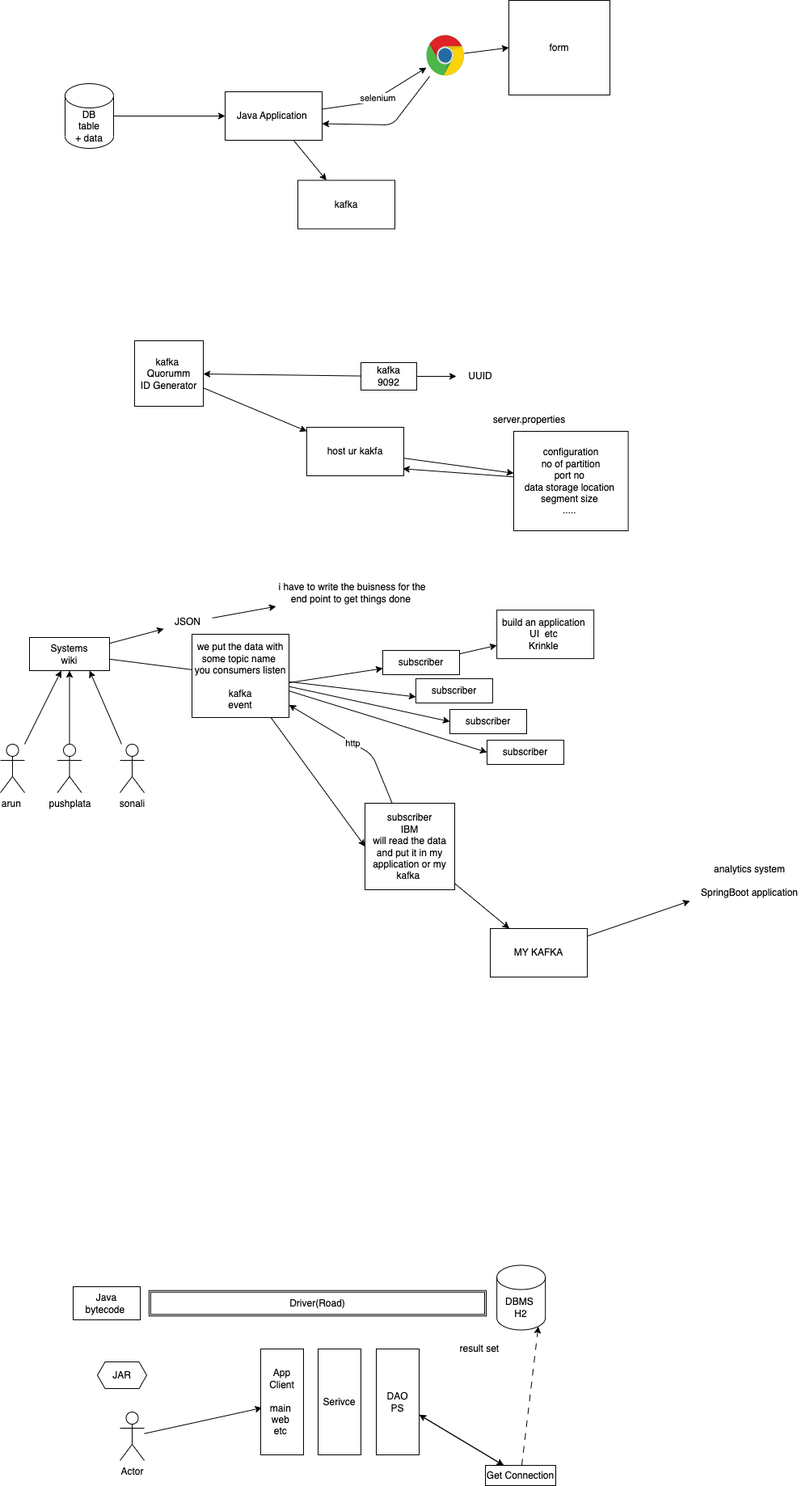
Above: images/day-3.drawio.png in adithnaveen/ibm-kafka-may-2023 (draw.io), before the change. Source tidied: cells renumbered, new cells last; positions are measured from the earlier drawing's top-left corner, leaving out a move shared by most shapes.
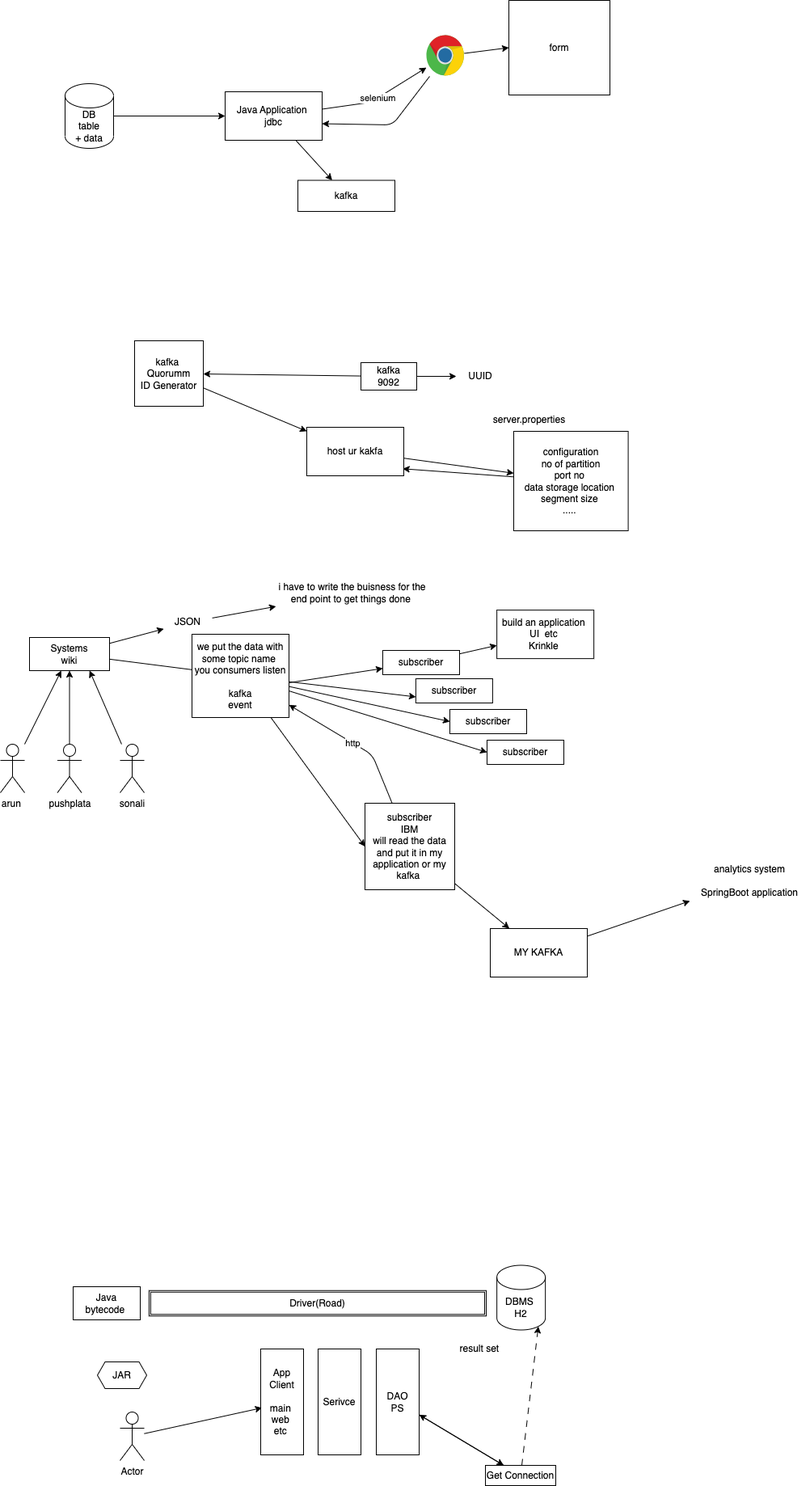
Later version of the same file.

Commit message:
working with kafka and jdbc

Diff of the diagram source:
```diff
@@ -18,7 +18,7 @@
     <mxCell id="5" style="edgeStyle=none;html=1;" parent="1" edge="1" source="6" target="10">
       <mxGeometry relative="1" as="geometry" />
     </mxCell>
-    <mxCell id="6" value="Java Application&amp;nbsp;" style="rounded=0;whiteSpace=wrap;html=1;" parent="1" vertex="1">
+    <mxCell id="6" value="Java Application&amp;nbsp;&lt;br&gt;jdbc" style="rounded=0;whiteSpace=wrap;html=1;" parent="1" vertex="1">
       <mxGeometry x="278" y="113" width="120" height="60" as="geometry" />
     </mxCell>
     <mxCell id="7" style="edgeStyle=none;html=1;entryX=1;entryY=0.659;entryDx=0;entryDy=0;entryPerimeter=0;" parent="1" edge="1" source="9" target="6">
@@ -35,7 +35,7 @@
       <mxGeometry x="527" y="43" width="47" height="51" as="geometry" />
     </mxCell>
     <mxCell id="10" value="kafka" style="rounded=0;whiteSpace=wrap;html=1;" parent="1" vertex="1">
-      <mxGeometry x="368" y="222.5" width="120" height="60" as="geometry" />
+      <mxGeometry x="368" y="222.5" width="120" height="38.5" as="geometry" />
     </mxCell>
     <mxCell id="11" value="form" style="rounded=0;whiteSpace=wrap;html=1;" parent="1" vertex="1">
       <mxGeometry x="629" width="125" height="117" as="geometry" />
```
